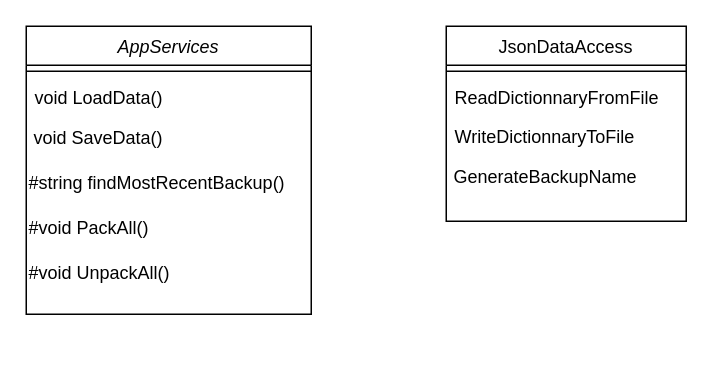
comus3/Projet2023-Ecole keeps this draw.io diagram as Untitled Diagram.drawio. Above is the earlier version. Source tidied: cells renumbered, new cells numbered last; positions are measured from the earlier drawing's top-left corner, leaving out a move shared by most shapes. Both pictures are drawn from the tidied source at 150%, with x=0, y=0 at pixel (26, 26).
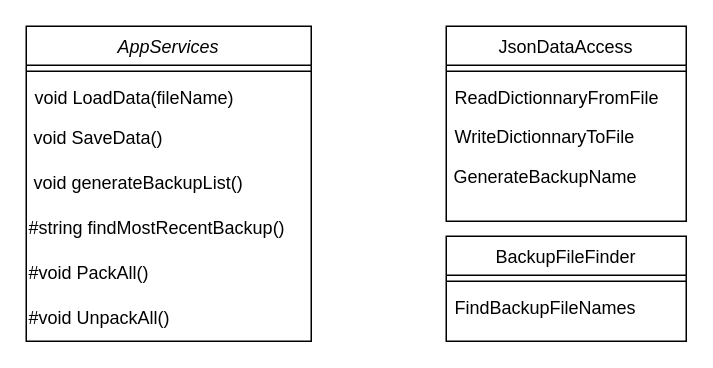
The same diagram, later.

Diff of the diagram source:
```diff
@@
 <mxGraphModel>
   <root>
     <mxCell id="0" />
     <mxCell id="1" parent="0" />
     <mxCell id="2" value="AppServices" style="swimlane;fontStyle=2;align=center;verticalAlign=top;horizontal=1;startSize=26;rounded=0;shadow=0;strokeWidth=1;" parent="1" vertex="1">
-      <mxGeometry width="190" height="192" as="geometry" />
+      <mxGeometry width="190" height="210" as="geometry" />
     </mxCell>
     <mxCell id="3" style="line;html=1;strokeWidth=1;align=left;verticalAlign=middle;spacingTop=-1;spacingLeft=3;spacingRight=3;labelPosition=right;" parent="2" vertex="1">
       <mxGeometry y="26" width="190" height="8" as="geometry" />
     </mxCell>
-    <mxCell id="4" value="void LoadData()&#10;" style="text;align=left;verticalAlign=top;spacingLeft=4;spacingRight=4;overflow=hidden;" parent="2" vertex="1">
+    <mxCell id="4" value="void LoadData(fileName)&#10;" style="text;align=left;verticalAlign=top;spacingLeft=4;spacingRight=4;overflow=hidden;" parent="2" vertex="1">
       <mxGeometry y="34" width="190" height="26" as="geometry" />
     </mxCell>
     <mxCell id="5" value="&amp;nbsp;void SaveData()" style="text;html=1;align=left;verticalAlign=middle;strokeColor=none;fillColor=none;" parent="2" vertex="1">
       <mxGeometry y="60" width="190" height="30" as="geometry" />
     </mxCell>
+    <mxCell id="14" value="&amp;nbsp;void generateBackupList()" style="text;html=1;align=left;verticalAlign=middle;strokeColor=none;fillColor=none;" parent="2" vertex="1">
+      <mxGeometry y="90" width="190" height="30" as="geometry" />
+    </mxCell>
     <mxCell id="6" value="#string findMostRecentBackup()" style="text;html=1;align=left;verticalAlign=middle;strokeColor=none;fillColor=none;" parent="2" vertex="1">
-      <mxGeometry y="90" width="190" height="30" as="geometry" />
+      <mxGeometry y="120" width="190" height="30" as="geometry" />
     </mxCell>
     <mxCell id="7" value="#void PackAll()" style="text;html=1;align=left;verticalAlign=middle;strokeColor=none;fillColor=none;" parent="2" vertex="1">
-      <mxGeometry y="120" width="190" height="30" as="geometry" />
+      <mxGeometry y="150" width="190" height="30" as="geometry" />
     </mxCell>
     <mxCell id="8" value="#void UnpackAll()" style="text;html=1;align=left;verticalAlign=middle;strokeColor=none;fillColor=none;" parent="2" vertex="1">
-      <mxGeometry y="150" width="190" height="30" as="geometry" />
+      <mxGeometry y="180" width="190" height="30" as="geometry" />
     </mxCell>
     <mxCell id="9" value="JsonDataAccess" style="swimlane;fontStyle=0;align=center;verticalAlign=top;horizontal=1;startSize=26;rounded=0;shadow=0;strokeWidth=1;" parent="1" vertex="1">
       <mxGeometry x="280" width="160" height="130" as="geometry" />
     </mxCell>
     <mxCell id="10" style="line;html=1;strokeWidth=1;align=left;verticalAlign=middle;spacingTop=-1;spacingLeft=3;spacingRight=3;labelPosition=right;" parent="9" vertex="1">
       <mxGeometry y="26" width="160" height="8" as="geometry" />
     </mxCell>
     <mxCell id="11" value="ReadDictionnaryFromFile" style="text;align=left;verticalAlign=top;spacingLeft=4;spacingRight=4;overflow=hidden;" parent="9" vertex="1">
       <mxGeometry y="34" width="160" height="26" as="geometry" />
     </mxCell>
     <mxCell id="12" value="WriteDictionnaryToFile" style="text;align=left;verticalAlign=top;spacingLeft=4;spacingRight=4;overflow=hidden;" parent="9" vertex="1">
       <mxGeometry y="60" width="160" height="26" as="geometry" />
     </mxCell>
     <mxCell id="13" value="&amp;nbsp;GenerateBackupName" style="text;html=1;align=left;verticalAlign=middle;strokeColor=none;fillColor=none;" parent="9" vertex="1">
       <mxGeometry y="86" width="160" height="30" as="geometry" />
     </mxCell>
+    <mxCell id="15" value="BackupFileFinder" style="swimlane;fontStyle=0;align=center;verticalAlign=top;horizontal=1;startSize=26;rounded=0;shadow=0;strokeWidth=1;" parent="1" vertex="1">
+      <mxGeometry x="280" y="140" width="160" height="70" as="geometry" />
+    </mxCell>
+    <mxCell id="16" style="line;html=1;strokeWidth=1;align=left;verticalAlign=middle;spacingTop=-1;spacingLeft=3;spacingRight=3;labelPosition=right;" parent="15" vertex="1">
+      <mxGeometry y="26" width="160" height="8" as="geometry" />
+    </mxCell>
+    <mxCell id="17" value="FindBackupFileNames" style="text;align=left;verticalAlign=top;spacingLeft=4;spacingRight=4;overflow=hidden;" parent="15" vertex="1">
+      <mxGeometry y="34" width="160" height="26" as="geometry" />
+    </mxCell>
   </root>
 </mxGraphModel>
```
